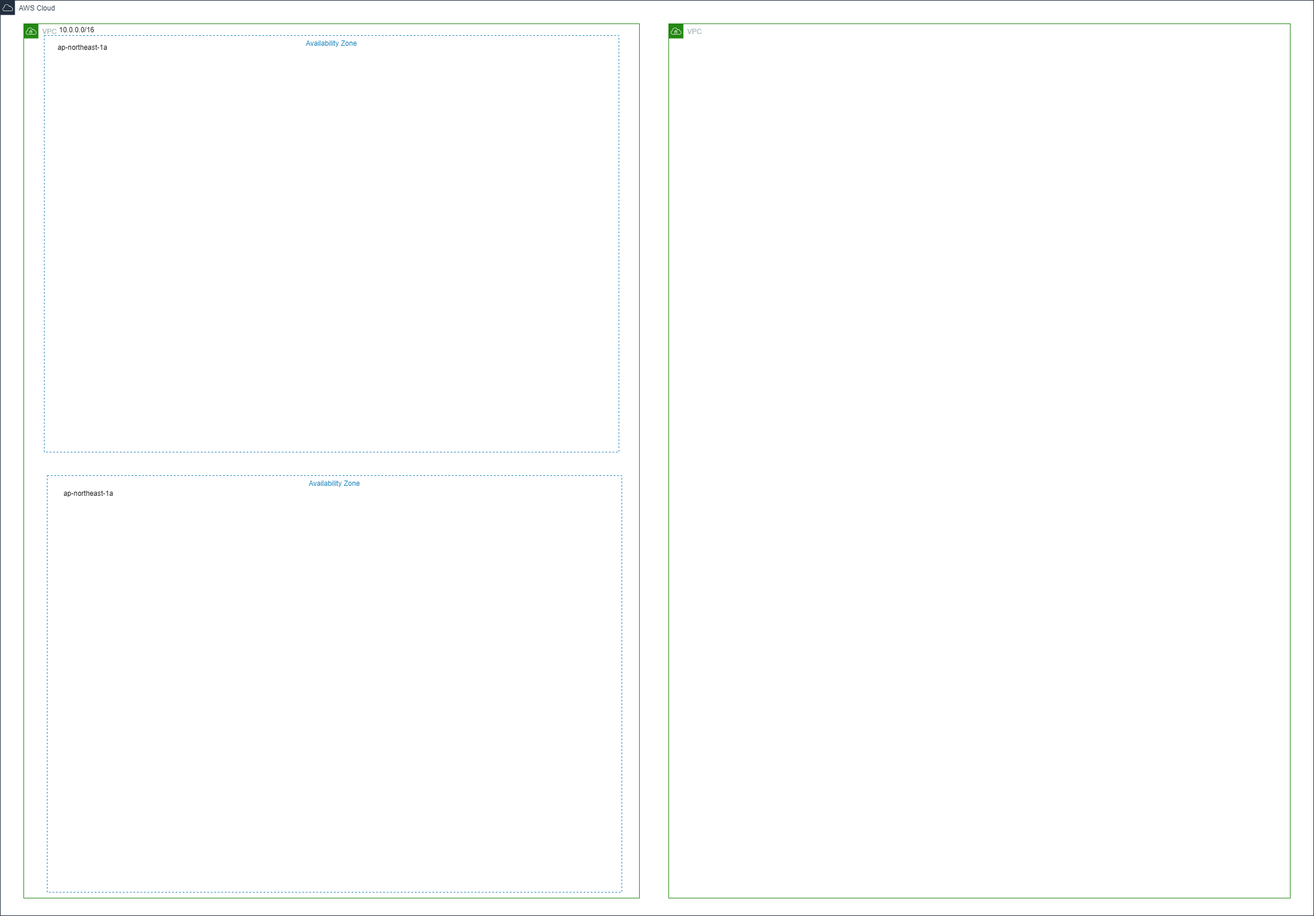
Before: WebRtcMapDemo.drawio.png, a diagram exported from draw.io (tthogho1/WebRtcMapDemo). Source tidied: cells renumbered, new cells last; positions are measured from the earlier drawing's top-left corner, leaving out a move shared by most shapes.
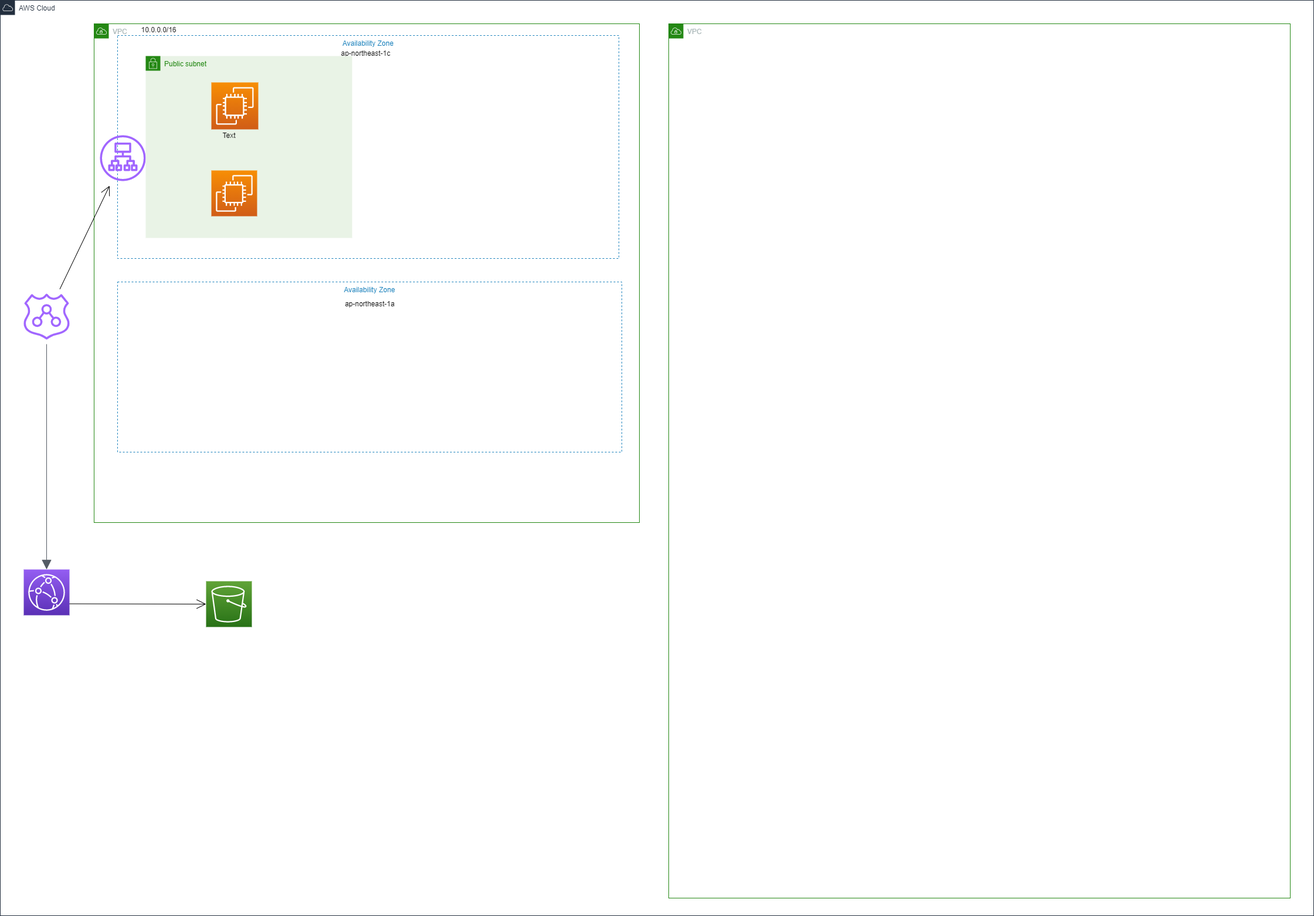
The same file after the commit.

Diff of the diagram source:
```diff
@@ -6,25 +6,61 @@
       <mxGeometry width="2240" height="1560" as="geometry" />
     </mxCell>
     <mxCell id="3" value="VPC" style="gradientColor=none;html=1;whiteSpace=wrap;fontSize=12;fontStyle=0;shape=mxgraph.aws4.group;grIcon=mxgraph.aws4.group_vpc;strokeColor=#248814;fillColor=none;verticalAlign=top;align=left;spacingLeft=30;fontColor=#AAB7B8;dashed=0;hachureGap=4;" parent="1" vertex="1">
-      <mxGeometry x="40" y="40" width="1050" height="1490" as="geometry" />
+      <mxGeometry x="160" y="40" width="930" height="850" as="geometry" />
     </mxCell>
     <mxCell id="4" value="VPC" style="gradientColor=none;html=1;whiteSpace=wrap;fontSize=12;fontStyle=0;shape=mxgraph.aws4.group;grIcon=mxgraph.aws4.group_vpc;strokeColor=#248814;fillColor=none;verticalAlign=top;align=left;spacingLeft=30;fontColor=#AAB7B8;dashed=0;hachureGap=4;" parent="1" vertex="1">
       <mxGeometry x="1140" y="40" width="1060" height="1490" as="geometry" />
     </mxCell>
     <mxCell id="5" value="10.0.0.0/16" style="text;html=1;align=center;verticalAlign=middle;strokeColor=none;fillColor=none;" parent="1" vertex="1">
-      <mxGeometry x="90" y="40" width="80" height="20" as="geometry" />
+      <mxGeometry x="230" y="40" width="80" height="20" as="geometry" />
     </mxCell>
     <mxCell id="6" value="Availability Zone" style="fillColor=none;strokeColor=#147EBA;dashed=1;verticalAlign=top;fontStyle=0;fontColor=#147EBA;hachureGap=4;" parent="1" vertex="1">
-      <mxGeometry x="80" y="810" width="980" height="710" as="geometry" />
+      <mxGeometry x="200" y="480" width="860" height="290" as="geometry" />
     </mxCell>
     <mxCell id="7" value="Availability Zone" style="fillColor=none;strokeColor=#147EBA;dashed=1;verticalAlign=top;fontStyle=0;fontColor=#147EBA;hachureGap=4;" parent="1" vertex="1">
-      <mxGeometry x="75" y="60" width="980" height="710" as="geometry" />
+      <mxGeometry x="200" y="60" width="855" height="380" as="geometry" />
     </mxCell>
-    <mxCell id="8" value="ap-northeast-1a" style="text;html=1;align=center;verticalAlign=middle;strokeColor=none;fillColor=none;" parent="1" vertex="1">
-      <mxGeometry x="90" y="70" width="100" height="20" as="geometry" />
+    <mxCell id="8" value="ap-northeast-1c" style="text;html=1;align=center;verticalAlign=middle;strokeColor=none;fillColor=none;" parent="1" vertex="1">
+      <mxGeometry x="572.5" y="80" width="100" height="20" as="geometry" />
     </mxCell>
     <mxCell id="9" value="ap-northeast-1a" style="text;html=1;align=center;verticalAlign=middle;strokeColor=none;fillColor=none;" parent="1" vertex="1">
-      <mxGeometry x="100" y="830" width="100" height="20" as="geometry" />
+      <mxGeometry x="580" y="507" width="100" height="20" as="geometry" />
     </mxCell>
+    <mxCell id="10" style="edgeStyle=none;curved=1;rounded=0;jettySize=auto;html=1;entryX=0;entryY=0.5;entryDx=0;entryDy=0;entryPerimeter=0;endArrow=open;startSize=14;endSize=14;sourcePerimeterSpacing=8;targetPerimeterSpacing=8;exitX=1;exitY=0.75;exitDx=0;exitDy=0;exitPerimeter=0;" parent="1" edge="1" source="11" target="16">
+      <mxGeometry relative="1" as="geometry" />
+    </mxCell>
+    <mxCell id="11" style="sketch=0;points=[[0,0,0],[0.25,0,0],[0.5,0,0],[0.75,0,0],[1,0,0],[0,1,0],[0.25,1,0],[0.5,1,0],[0.75,1,0],[1,1,0],[0,0.25,0],[0,0.5,0],[0,0.75,0],[1,0.25,0],[1,0.5,0],[1,0.75,0]];outlineConnect=0;fontColor=#232F3E;gradientColor=#945DF2;gradientDirection=north;fillColor=#5A30B5;strokeColor=#ffffff;dashed=0;verticalLabelPosition=bottom;verticalAlign=top;align=center;html=1;fontSize=12;fontStyle=0;shape=mxgraph.aws4.resourceIcon;resIcon=mxgraph.aws4.cloudfront;hachureGap=4;" parent="1" vertex="1">
+      <mxGeometry x="40" y="970" width="78" height="78" as="geometry" />
+    </mxCell>
+    <mxCell id="12" style="edgeStyle=none;curved=1;rounded=0;jettySize=auto;html=1;endArrow=open;startSize=14;endSize=14;sourcePerimeterSpacing=8;targetPerimeterSpacing=8;" parent="1" edge="1" source="13" target="15">
+      <mxGeometry relative="1" as="geometry" />
+    </mxCell>
+    <mxCell id="13" style="sketch=0;outlineConnect=0;fontColor=#232F3E;gradientColor=none;fillColor=#A166FF;strokeColor=none;dashed=0;verticalLabelPosition=bottom;verticalAlign=top;align=center;html=1;fontSize=12;fontStyle=0;shape=mxgraph.aws4.route_53_resolver;hachureGap=4;" parent="1" vertex="1">
+      <mxGeometry x="40" y="500" width="78" height="78" as="geometry" />
+    </mxCell>
+    <mxCell id="14" style="edgeStyle=none;curved=1;rounded=0;jettySize=auto;html=1;entryX=0;entryY=0.5;entryDx=0;entryDy=0;entryPerimeter=0;endArrow=open;startSize=14;endSize=14;sourcePerimeterSpacing=8;targetPerimeterSpacing=8;" parent="1" edge="1" source="15" target="18">
+      <mxGeometry relative="1" as="geometry" />
+    </mxCell>
+    <mxCell id="15" style="sketch=0;outlineConnect=0;fontColor=#232F3E;gradientColor=none;fillColor=#A166FF;strokeColor=none;dashed=0;verticalLabelPosition=bottom;verticalAlign=top;align=center;html=1;fontSize=12;fontStyle=0;shape=mxgraph.aws4.application_load_balancer;hachureGap=4;" parent="1" vertex="1">
+      <mxGeometry x="170" y="230" width="78" height="78" as="geometry" />
+    </mxCell>
+    <mxCell id="16" style="sketch=0;points=[[0,0,0],[0.25,0,0],[0.5,0,0],[0.75,0,0],[1,0,0],[0,1,0],[0.25,1,0],[0.5,1,0],[0.75,1,0],[1,1,0],[0,0.25,0],[0,0.5,0],[0,0.75,0],[1,0.25,0],[1,0.5,0],[1,0.75,0]];outlineConnect=0;fontColor=#232F3E;gradientColor=#60A337;gradientDirection=north;fillColor=#277116;strokeColor=#ffffff;dashed=0;verticalLabelPosition=bottom;verticalAlign=top;align=center;html=1;fontSize=12;fontStyle=0;shape=mxgraph.aws4.resourceIcon;resIcon=mxgraph.aws4.s3;hachureGap=4;" parent="1" vertex="1">
+      <mxGeometry x="351" y="990" width="78" height="78" as="geometry" />
+    </mxCell>
+    <mxCell id="17" value="Public subnet" style="gradientColor=none;html=1;whiteSpace=wrap;fontSize=12;fontStyle=0;shape=mxgraph.aws4.group;grIcon=mxgraph.aws4.group_security_group;grStroke=0;strokeColor=#248814;fillColor=#E9F3E6;verticalAlign=top;align=left;spacingLeft=30;fontColor=#248814;dashed=0;hachureGap=4;" parent="1" vertex="1">
+      <mxGeometry x="248" y="95" width="352" height="310" as="geometry" />
+    </mxCell>
+    <mxCell id="18" style="sketch=0;points=[[0,0,0],[0.25,0,0],[0.5,0,0],[0.75,0,0],[1,0,0],[0,1,0],[0.25,1,0],[0.5,1,0],[0.75,1,0],[1,1,0],[0,0.25,0],[0,0.5,0],[0,0.75,0],[1,0.25,0],[1,0.5,0],[1,0.75,0]];outlineConnect=0;fontColor=#232F3E;gradientColor=#F78E04;gradientDirection=north;fillColor=#D05C17;strokeColor=#ffffff;dashed=0;verticalLabelPosition=bottom;verticalAlign=top;align=center;html=1;fontSize=12;fontStyle=0;shape=mxgraph.aws4.resourceIcon;resIcon=mxgraph.aws4.ec2;hachureGap=4;" parent="1" vertex="1">
+      <mxGeometry x="360" y="140" width="80" height="80" as="geometry" />
+    </mxCell>
+    <mxCell id="19" style="sketch=0;fontColor=#232F3E;gradientColor=#F78E04;gradientDirection=north;fillColor=#D05C17;strokeColor=#ffffff;dashed=0;verticalLabelPosition=bottom;verticalAlign=top;align=center;html=1;fontSize=12;fontStyle=0;shape=mxgraph.aws4.resourceIcon;resIcon=mxgraph.aws4.ec2;hachureGap=4;" parent="1" vertex="1">
+      <mxGeometry x="360" y="290" width="78" height="78" as="geometry" />
+    </mxCell>
+    <mxCell id="20" value="Text" style="text;html=1;align=center;verticalAlign=middle;strokeColor=none;fillColor=none;" parent="1" vertex="1">
+      <mxGeometry x="370" y="220" width="40" height="20" as="geometry" />
+    </mxCell>
+    <mxCell id="21" style="edgeStyle=orthogonalEdgeStyle;html=1;endArrow=block;elbow=vertical;startArrow=none;endFill=1;strokeColor=#545B64;rounded=0;startSize=14;endSize=14;sourcePerimeterSpacing=8;targetPerimeterSpacing=8;entryX=0.5;entryY=0;entryDx=0;entryDy=0;entryPerimeter=0;" parent="1" edge="1" source="13" target="11">
+      <mxGeometry relative="1" as="geometry" />
+    </mxCell>
   </root>
 </mxGraphModel>
```
